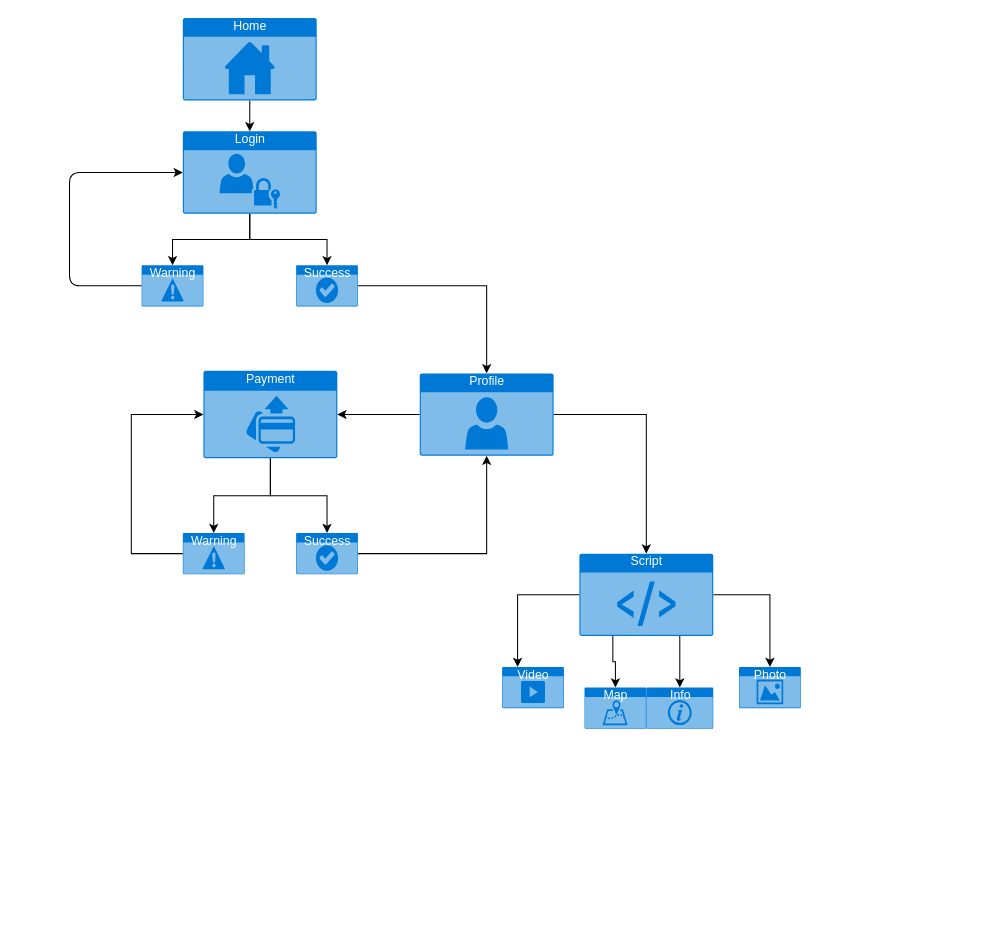
The draw.io diagram Cremona.drawio in giadaventurini-pixel/2021-marconi-turismo-cremona, before the edit. Source tidied: cells renumbered, new cells numbered last; positions are measured from the earlier drawing's top-left corner, leaving out a move shared by most shapes. Both pictures are drawn from the tidied source at 103%, with x=0, y=0 at pixel (69, 18).
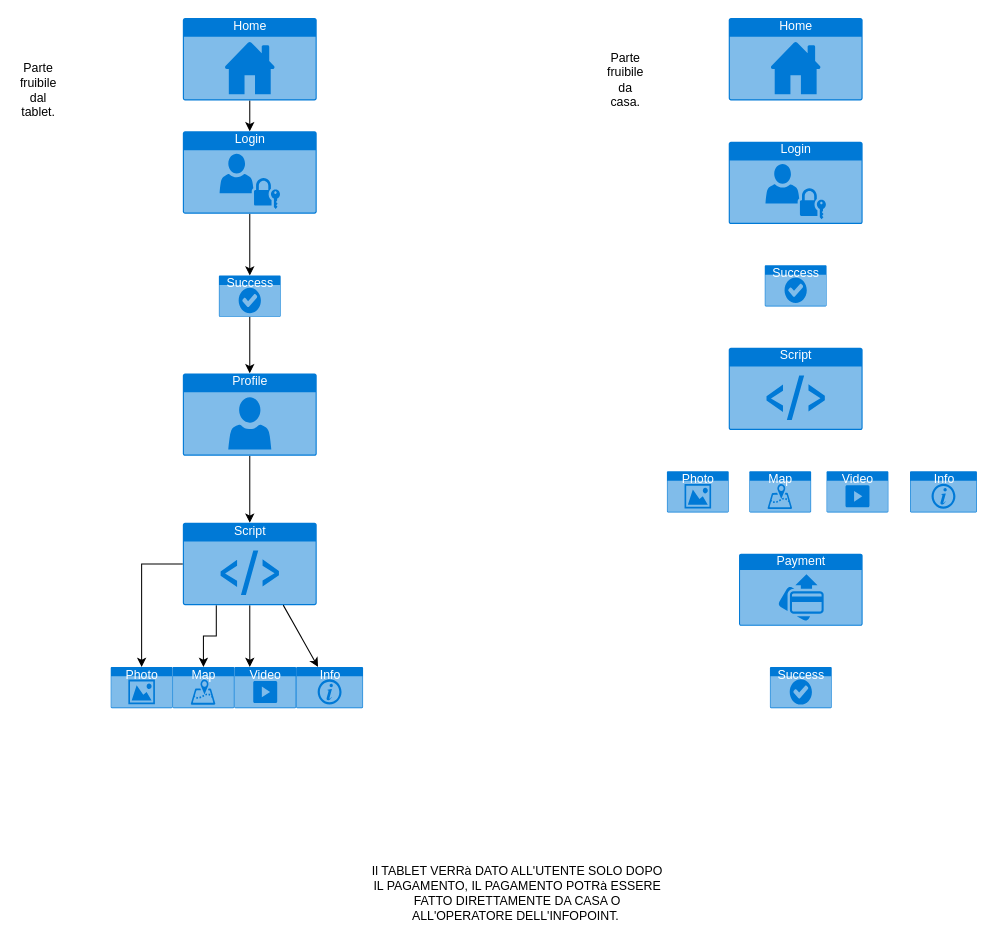
After the change.

Unchanged cells that the change refers to:
```xml
<mxCell id="6" value="Login" style="html=1;strokeColor=none;fillColor=#0079D6;labelPosition=center;verticalLabelPosition=middle;verticalAlign=top;align=center;fontSize=12;outlineConnect=0;spacingTop=-6;fontColor=#FFFFFF;shape=mxgraph.sitemap.login;" parent="1" vertex="1">
  <mxGeometry x="110" y="110" width="130" height="80" as="geometry" />
</mxCell>
```

What changed in the source:
```diff
@@
-    <mxCell id="5" style="edgeStyle=orthogonalEdgeStyle;rounded=0;jettySize=auto;html=1;entryX=0.5;entryY=0;entryDx=0;entryDy=0;entryPerimeter=0;" parent="1" edge="1" source="6" target="26">
-      <mxGeometry relative="1" as="geometry" />
-    </mxCell>
@@
     <mxCell id="7" value="Map" style="html=1;strokeColor=none;fillColor=#0079D6;labelPosition=center;verticalLabelPosition=middle;verticalAlign=top;align=center;fontSize=12;outlineConnect=0;spacingTop=-6;fontColor=#FFFFFF;shape=mxgraph.sitemap.map;" parent="1" vertex="1">
-      <mxGeometry x="500" y="650" width="60" height="40" as="geometry" />
+      <mxGeometry x="100" y="630" width="60" height="40" as="geometry" />
     </mxCell>
     <mxCell id="8" value="Photo" style="html=1;strokeColor=none;fillColor=#0079D6;labelPosition=center;verticalLabelPosition=middle;verticalAlign=top;align=center;fontSize=12;outlineConnect=0;spacingTop=-6;fontColor=#FFFFFF;shape=mxgraph.sitemap.photo;" parent="1" vertex="1">
-      <mxGeometry x="650" y="630" width="60" height="40" as="geometry" />
+      <mxGeometry x="40" y="630" width="60" height="40" as="geometry" />
     </mxCell>
-    <mxCell id="9" style="edgeStyle=orthogonalEdgeStyle;rounded=0;jettySize=auto;html=1;entryX=0.5;entryY=0;entryDx=0;entryDy=0;entryPerimeter=0;startArrow=none;startFill=0;endArrow=classic;endFill=1;" parent="1" edge="1" source="11" target="19">
-      <mxGeometry relative="1" as="geometry" />
-    </mxCell>
-    <mxCell id="10" style="edgeStyle=orthogonalEdgeStyle;rounded=0;jettySize=auto;html=1;startArrow=none;startFill=0;endArrow=classic;endFill=1;" parent="1" edge="1" source="11" target="16">
-      <mxGeometry relative="1" as="geometry" />
-    </mxCell>
-    <mxCell id="11" value="Payment" style="html=1;strokeColor=none;fillColor=#0079D6;labelPosition=center;verticalLabelPosition=middle;verticalAlign=top;align=center;fontSize=12;outlineConnect=0;spacingTop=-6;fontColor=#FFFFFF;shape=mxgraph.sitemap.payment;" parent="1" vertex="1">
-      <mxGeometry x="130" y="342.5" width="130" height="85" as="geometry" />
-    </mxCell>
-    <mxCell id="12" style="edgeStyle=orthogonalEdgeStyle;rounded=0;jettySize=auto;html=1;entryX=1;entryY=0.5;entryDx=0;entryDy=0;entryPerimeter=0;startArrow=none;startFill=0;endArrow=classic;endFill=1;" parent="1" edge="1" source="14" target="11">
-      <mxGeometry relative="1" as="geometry" />
-    </mxCell>
@@
     <mxCell id="14" value="Profile" style="html=1;strokeColor=none;fillColor=#0079D6;labelPosition=center;verticalLabelPosition=middle;verticalAlign=top;align=center;fontSize=12;outlineConnect=0;spacingTop=-6;fontColor=#FFFFFF;shape=mxgraph.sitemap.profile;" parent="1" vertex="1">
-      <mxGeometry x="340" y="345" width="130" height="80" as="geometry" />
+      <mxGeometry x="110" y="345" width="130" height="80" as="geometry" />
     </mxCell>
-    <mxCell id="15" style="edgeStyle=orthogonalEdgeStyle;rounded=0;jettySize=auto;html=1;entryX=0.5;entryY=1;entryDx=0;entryDy=0;entryPerimeter=0;startArrow=none;startFill=0;endArrow=classic;endFill=1;" parent="1" edge="1" source="16" target="14">
-      <mxGeometry relative="1" as="geometry" />
-    </mxCell>
-    <mxCell id="16" value="Success" style="html=1;strokeColor=none;fillColor=#0079D6;labelPosition=center;verticalLabelPosition=middle;verticalAlign=top;align=center;fontSize=12;outlineConnect=0;spacingTop=-6;fontColor=#FFFFFF;shape=mxgraph.sitemap.success;" parent="1" vertex="1">
-      <mxGeometry x="220" y="500" width="60" height="40" as="geometry" />
-    </mxCell>
     <mxCell id="17" value="Video" style="html=1;strokeColor=none;fillColor=#0079D6;labelPosition=center;verticalLabelPosition=middle;verticalAlign=top;align=center;fontSize=12;outlineConnect=0;spacingTop=-6;fontColor=#FFFFFF;shape=mxgraph.sitemap.video;" parent="1" vertex="1">
-      <mxGeometry x="420" y="630" width="60" height="40" as="geometry" />
+      <mxGeometry x="160" y="630" width="60" height="40" as="geometry" />
     </mxCell>
-    <mxCell id="18" style="edgeStyle=orthogonalEdgeStyle;rounded=0;jettySize=auto;html=1;startArrow=none;startFill=0;endArrow=classic;endFill=1;entryX=0;entryY=0.5;entryDx=0;entryDy=0;entryPerimeter=0;" parent="1" edge="1" source="19" target="11">
-      <mxGeometry relative="1" as="geometry">
-        <Array as="points">
-          <mxPoint x="60" y="520" />
-          <mxPoint x="60" y="385" />
-        </Array>
-      </mxGeometry>
-    </mxCell>
-    <mxCell id="19" value="Warning" style="html=1;strokeColor=none;fillColor=#0079D6;labelPosition=center;verticalLabelPosition=middle;verticalAlign=top;align=center;fontSize=12;outlineConnect=0;spacingTop=-6;fontColor=#FFFFFF;shape=mxgraph.sitemap.warning;" parent="1" vertex="1">
-      <mxGeometry x="110" y="500" width="60" height="40" as="geometry" />
-    </mxCell>
@@
     <mxCell id="23" value="Script" style="html=1;strokeColor=none;fillColor=#0079D6;labelPosition=center;verticalLabelPosition=middle;verticalAlign=top;align=center;fontSize=12;outlineConnect=0;spacingTop=-6;fontColor=#FFFFFF;shape=mxgraph.sitemap.script;" parent="1" vertex="1">
-      <mxGeometry x="495" y="520" width="130" height="80" as="geometry" />
+      <mxGeometry x="110" y="490" width="130" height="80" as="geometry" />
     </mxCell>
@@
     <mxCell id="25" value="Success" style="html=1;strokeColor=none;fillColor=#0079D6;labelPosition=center;verticalLabelPosition=middle;verticalAlign=top;align=center;fontSize=12;outlineConnect=0;spacingTop=-6;fontColor=#FFFFFF;shape=mxgraph.sitemap.success;" parent="1" vertex="1">
-      <mxGeometry x="220" y="240" width="60" height="40" as="geometry" />
+      <mxGeometry x="145" y="250" width="60" height="40" as="geometry" />
     </mxCell>
-    <mxCell id="26" value="Warning" style="html=1;strokeColor=none;fillColor=#0079D6;labelPosition=center;verticalLabelPosition=middle;verticalAlign=top;align=center;fontSize=12;outlineConnect=0;spacingTop=-6;fontColor=#FFFFFF;shape=mxgraph.sitemap.warning;" parent="1" vertex="1">
-      <mxGeometry x="70" y="240" width="60" height="40" as="geometry" />
-    </mxCell>
-    <mxCell id="27" style="endArrow=none;html=1;entryX=0;entryY=0.5;entryDx=0;entryDy=0;entryPerimeter=0;exitX=0;exitY=0.5;exitDx=0;exitDy=0;exitPerimeter=0;endFill=0;startArrow=classic;startFill=1;" parent="1" edge="1" source="6" target="26">
-      <mxGeometry relative="1" as="geometry">
-        <Array as="points">
-          <mxPoint y="150" />
-          <mxPoint y="260" />
-        </Array>
-      </mxGeometry>
-    </mxCell>
     <mxCell id="28" value="Info" style="html=1;strokeColor=none;fillColor=#0079D6;labelPosition=center;verticalLabelPosition=middle;verticalAlign=top;align=center;fontSize=12;outlineConnect=0;spacingTop=-6;fontColor=#FFFFFF;shape=mxgraph.sitemap.info;" parent="1" vertex="1">
-      <mxGeometry x="560" y="650" width="65" height="40" as="geometry" />
+      <mxGeometry x="220" y="630" width="65" height="40" as="geometry" />
     </mxCell>
@@
+    <mxCell id="30" value="Home" style="html=1;strokeColor=none;fillColor=#0079D6;labelPosition=center;verticalLabelPosition=middle;verticalAlign=top;align=center;fontSize=12;spacingTop=-6;fontColor=#FFFFFF;shape=mxgraph.sitemap.home;" parent="1" vertex="1">
+      <mxGeometry x="640" width="130" height="80" as="geometry" />
+    </mxCell>
+    <mxCell id="11" value="Payment" style="html=1;strokeColor=none;fillColor=#0079D6;labelPosition=center;verticalLabelPosition=middle;verticalAlign=top;align=center;fontSize=12;outlineConnect=0;spacingTop=-6;fontColor=#FFFFFF;shape=mxgraph.sitemap.payment;" parent="1" vertex="1">
+      <mxGeometry x="650" y="520" width="120" height="70" as="geometry" />
+    </mxCell>
+    <mxCell id="31" value="Login" style="html=1;strokeColor=none;fillColor=#0079D6;labelPosition=center;verticalLabelPosition=middle;verticalAlign=top;align=center;fontSize=12;spacingTop=-6;fontColor=#FFFFFF;shape=mxgraph.sitemap.login;" parent="1" vertex="1">
+      <mxGeometry x="640" y="120" width="130" height="80" as="geometry" />
+    </mxCell>
+    <mxCell id="32" value="Success" style="html=1;strokeColor=none;fillColor=#0079D6;labelPosition=center;verticalLabelPosition=middle;verticalAlign=top;align=center;fontSize=12;spacingTop=-6;fontColor=#FFFFFF;shape=mxgraph.sitemap.success;" parent="1" vertex="1">
+      <mxGeometry x="675" y="240" width="60" height="40" as="geometry" />
+    </mxCell>
+    <mxCell id="33" value="Script" style="html=1;strokeColor=none;fillColor=#0079D6;labelPosition=center;verticalLabelPosition=middle;verticalAlign=top;align=center;fontSize=12;spacingTop=-6;fontColor=#FFFFFF;shape=mxgraph.sitemap.script;" parent="1" vertex="1">
+      <mxGeometry x="640" y="320" width="130" height="80" as="geometry" />
+    </mxCell>
+    <mxCell id="34" value="Photo" style="html=1;strokeColor=none;fillColor=#0079D6;labelPosition=center;verticalLabelPosition=middle;verticalAlign=top;align=center;fontSize=12;spacingTop=-6;fontColor=#FFFFFF;shape=mxgraph.sitemap.photo;" parent="1" vertex="1">
+      <mxGeometry x="580" y="440" width="60" height="40" as="geometry" />
+    </mxCell>
+    <mxCell id="35" value="Map" style="html=1;strokeColor=none;fillColor=#0079D6;labelPosition=center;verticalLabelPosition=middle;verticalAlign=top;align=center;fontSize=12;spacingTop=-6;fontColor=#FFFFFF;shape=mxgraph.sitemap.map;" parent="1" vertex="1">
+      <mxGeometry x="660" y="440" width="60" height="40" as="geometry" />
+    </mxCell>
+    <mxCell id="36" value="Video" style="html=1;strokeColor=none;fillColor=#0079D6;labelPosition=center;verticalLabelPosition=middle;verticalAlign=top;align=center;fontSize=12;spacingTop=-6;fontColor=#FFFFFF;shape=mxgraph.sitemap.video;" parent="1" vertex="1">
+      <mxGeometry x="735" y="440" width="60" height="40" as="geometry" />
+    </mxCell>
+    <mxCell id="37" value="Info" style="html=1;strokeColor=none;fillColor=#0079D6;labelPosition=center;verticalLabelPosition=middle;verticalAlign=top;align=center;fontSize=12;spacingTop=-6;fontColor=#FFFFFF;shape=mxgraph.sitemap.info;" parent="1" vertex="1">
+      <mxGeometry x="816" y="440" width="65" height="40" as="geometry" />
+    </mxCell>
+    <mxCell id="38" value="Success" style="html=1;strokeColor=none;fillColor=#0079D6;labelPosition=center;verticalLabelPosition=middle;verticalAlign=top;align=center;fontSize=12;spacingTop=-6;fontColor=#FFFFFF;shape=mxgraph.sitemap.success;" parent="1" vertex="1">
+      <mxGeometry x="680" y="630" width="60" height="40" as="geometry" />
+    </mxCell>
+    <mxCell id="39" value="Parte fruibile dal tablet.&lt;br&gt;" style="text;html=1;strokeColor=none;fillColor=none;align=center;verticalAlign=middle;whiteSpace=wrap;rounded=0;" parent="1" vertex="1">
+      <mxGeometry x="-50" y="60" width="40" height="20" as="geometry" />
+    </mxCell>
+    <mxCell id="40" value="Parte fruibile da casa." style="text;html=1;strokeColor=none;fillColor=none;align=center;verticalAlign=middle;whiteSpace=wrap;rounded=0;" parent="1" vertex="1">
+      <mxGeometry x="520" y="50" width="40" height="20" as="geometry" />
+    </mxCell>
+    <mxCell id="41" value="Il TABLET VERRà DATO ALL'UTENTE SOLO DOPO IL PAGAMENTO, IL PAGAMENTO POTRà ESSERE FATTO DIRETTAMENTE DA CASA O ALL'OPERATORE DELL'INFOPOINT.&amp;nbsp;" style="text;html=1;strokeColor=none;fillColor=none;align=center;verticalAlign=middle;whiteSpace=wrap;rounded=0;" parent="1" vertex="1">
+      <mxGeometry x="290" y="840" width="290" height="20" as="geometry" />
+    </mxCell>
```
